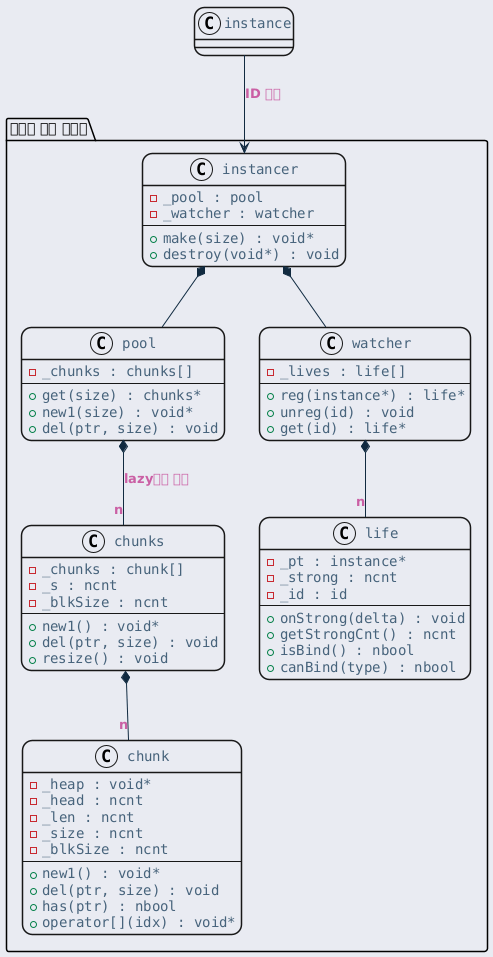
Before: ref/generated/ko/inline_umlgraph_11.png, a diagram exported from PlantUML (byeolang/website).
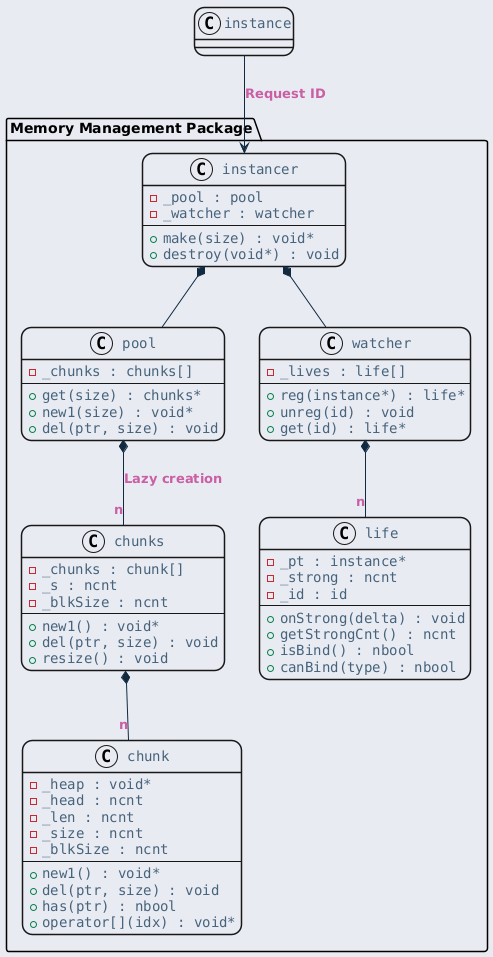
Later version of the same file.

What changed in the source:
```diff
@@ -23,7 +23,7 @@
     }
 }
 </style>
-package "메모리 관리 패키지" {
+package "Memory Management Package" {
     class "instancer" as instancer {
         - _pool : pool
         - _watcher : watcher
@@ -85,9 +85,9 @@
 
 instancer *-- pool
 instancer *-- watcher
-pool *-- "n" chunks : lazy하게 생성
+pool *-- "n" chunks : Lazy creation
 chunks *-- "n" chunk
 watcher *-- "n" life
 
-instance --> instancer: ID 요청
+instance --> instancer: Request ID
 @enduml
```
